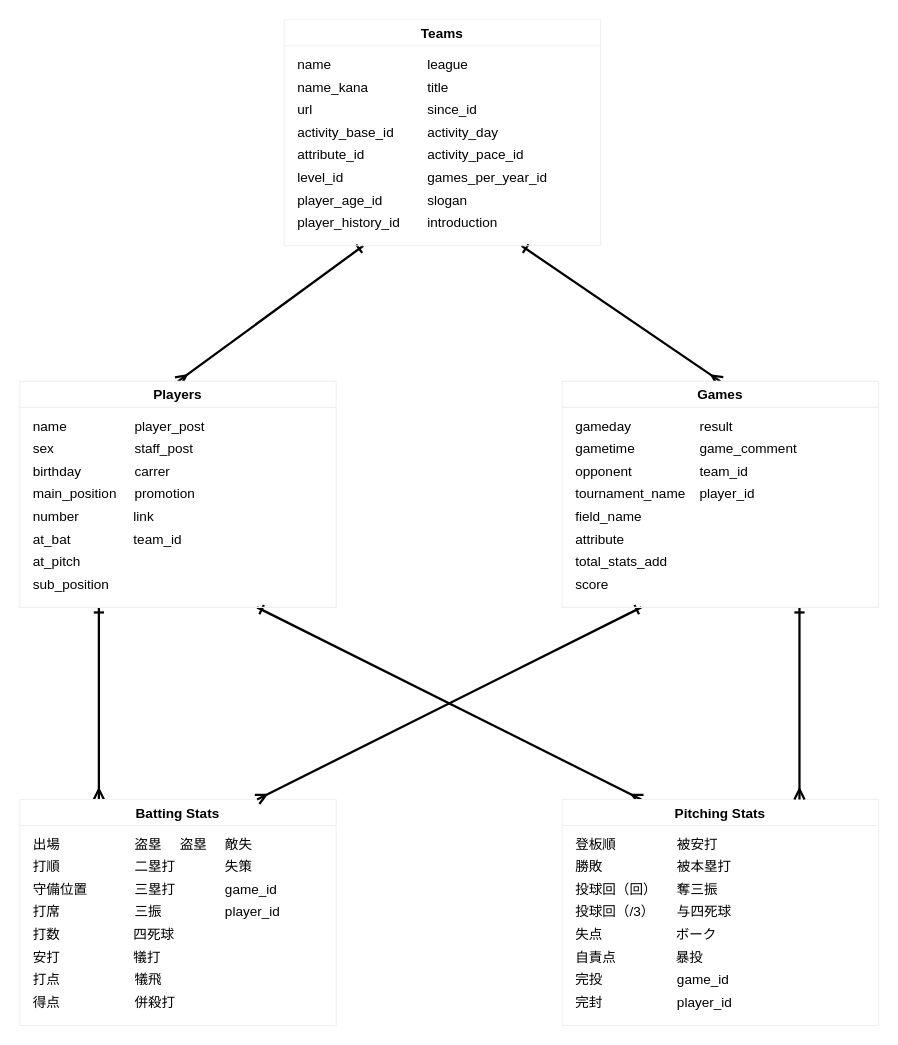
Earlier version of the draw.io diagram er.dio (takahiro-awaji/baseball_players). Source tidied: cells renumbered, new cells numbered last; positions are measured from the earlier drawing's top-left corner, leaving out a move shared by most shapes. Both pictures are drawn from the tidied source at 113%, with x=0, y=0 at pixel (19, 19).
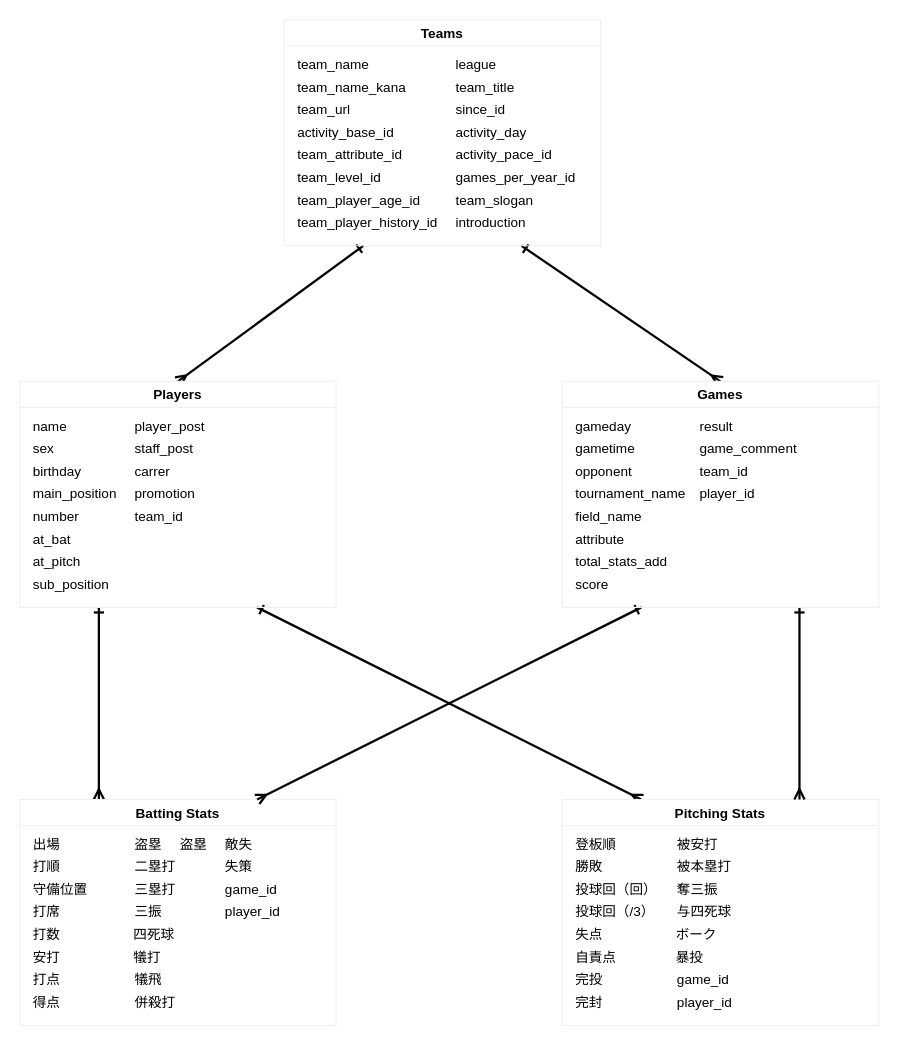
Above is the later version.

Commit message:
ER図一部修正（選手カラム名変更）

The change refers to these unchanged cells:
```xml
<mxCell id="4" value="Teams" style="swimlane;labelBackgroundColor=none;strokeColor=#f0f0f0;align=center;" parent="1" vertex="1">
  <mxGeometry x="234" width="280" height="200" as="geometry" />
</mxCell>
<mxCell id="23" value="Players" style="swimlane;labelBackgroundColor=none;strokeColor=#f0f0f0;align=center;" parent="1" vertex="1">
  <mxGeometry y="320" width="280" height="200" as="geometry" />
</mxCell>
```

Change to the diagram source:
```diff
@@
-    <mxCell id="5" value="name" style="text;html=1;align=left;verticalAlign=middle;" parent="4" vertex="1">
-      <mxGeometry x="10" y="30" width="50" height="20" as="geometry" />
+    <mxCell id="5" value="team_name" style="text;html=1;align=left;verticalAlign=middle;" parent="4" vertex="1">
+      <mxGeometry x="10" y="30" width="80" height="20" as="geometry" />
     </mxCell>
-    <mxCell id="6" value="name_kana" style="text;html=1;align=left;verticalAlign=middle;" parent="4" vertex="1">
-      <mxGeometry x="10" y="50" width="80" height="20" as="geometry" />
+    <mxCell id="6" value="team_name_kana" style="text;html=1;align=left;verticalAlign=middle;" parent="4" vertex="1">
+      <mxGeometry x="10" y="50" width="110" height="20" as="geometry" />
     </mxCell>
-    <mxCell id="7" value="url" style="text;html=1;align=left;verticalAlign=middle;" parent="4" vertex="1">
-      <mxGeometry x="10" y="70" width="30" height="20" as="geometry" />
+    <mxCell id="7" value="team_url" style="text;html=1;align=left;verticalAlign=middle;" parent="4" vertex="1">
+      <mxGeometry x="10" y="70" width="60" height="20" as="geometry" />
     </mxCell>
-    <mxCell id="8" value="level_id" style="text;html=1;align=left;verticalAlign=middle;" parent="4" vertex="1">
-      <mxGeometry x="10" y="130" width="60" height="20" as="geometry" />
+    <mxCell id="8" value="team_level_id" style="text;html=1;align=left;verticalAlign=middle;" parent="4" vertex="1">
+      <mxGeometry x="10" y="130" width="90" height="20" as="geometry" />
     </mxCell>
-    <mxCell id="9" value="player_history_id" style="text;html=1;align=left;verticalAlign=middle;" parent="4" vertex="1">
-      <mxGeometry x="10" y="170" width="110" height="20" as="geometry" />
+    <mxCell id="9" value="team_player_history_id" style="text;html=1;align=left;verticalAlign=middle;" parent="4" vertex="1">
+      <mxGeometry x="10" y="170" width="140" height="20" as="geometry" />
     </mxCell>
-    <mxCell id="10" value="player_age_id" style="text;html=1;align=left;verticalAlign=middle;" parent="4" vertex="1">
-      <mxGeometry x="10" y="150" width="90" height="20" as="geometry" />
+    <mxCell id="10" value="team_player_age_id" style="text;html=1;align=left;verticalAlign=middle;" parent="4" vertex="1">
+      <mxGeometry x="10" y="150" width="120" height="20" as="geometry" />
     </mxCell>
-    <mxCell id="11" value="title" style="text;html=1;align=left;verticalAlign=middle;" parent="4" vertex="1">
-      <mxGeometry x="125" y="50" width="30" height="20" as="geometry" />
+    <mxCell id="11" value="team_title" style="text;html=1;align=left;verticalAlign=middle;" parent="4" vertex="1">
+      <mxGeometry x="150" y="50" width="70" height="20" as="geometry" />
     </mxCell>
     <mxCell id="12" value="league" style="text;html=1;align=left;verticalAlign=middle;" parent="4" vertex="1">
-      <mxGeometry x="125" y="30" width="50" height="20" as="geometry" />
+      <mxGeometry x="150" y="30" width="50" height="20" as="geometry" />
     </mxCell>
     <mxCell id="13" value="activity_day" style="text;html=1;align=left;verticalAlign=middle;" parent="4" vertex="1">
-      <mxGeometry x="125" y="90" width="80" height="20" as="geometry" />
+      <mxGeometry x="150" y="90" width="80" height="20" as="geometry" />
     </mxCell>
     <mxCell id="14" value="since_id" style="text;html=1;align=left;verticalAlign=middle;" parent="4" vertex="1">
-      <mxGeometry x="125" y="70" width="60" height="20" as="geometry" />
+      <mxGeometry x="150" y="70" width="60" height="20" as="geometry" />
     </mxCell>
     <mxCell id="15" value="activity_pace_id" style="text;html=1;align=left;verticalAlign=middle;" parent="4" vertex="1">
-      <mxGeometry x="125" y="110" width="100" height="20" as="geometry" />
+      <mxGeometry x="150" y="110" width="100" height="20" as="geometry" />
     </mxCell>
-    <mxCell id="16" value="attribute_id" style="text;html=1;align=left;verticalAlign=middle;" parent="4" vertex="1">
-      <mxGeometry x="10" y="110" width="70" height="20" as="geometry" />
+    <mxCell id="16" value="team_attribute_id" style="text;html=1;align=left;verticalAlign=middle;" parent="4" vertex="1">
+      <mxGeometry x="10" y="110" width="110" height="20" as="geometry" />
     </mxCell>
@@
     <mxCell id="18" value="introduction" style="text;html=1;align=left;verticalAlign=middle;" parent="4" vertex="1">
-      <mxGeometry x="125" y="170" width="80" height="20" as="geometry" />
+      <mxGeometry x="150" y="170" width="80" height="20" as="geometry" />
     </mxCell>
-    <mxCell id="19" value="slogan" style="text;html=1;align=left;verticalAlign=middle;" parent="4" vertex="1">
-      <mxGeometry x="125" y="150" width="50" height="20" as="geometry" />
+    <mxCell id="19" value="team_slogan" style="text;html=1;align=left;verticalAlign=middle;" parent="4" vertex="1">
+      <mxGeometry x="150" y="150" width="80" height="20" as="geometry" />
     </mxCell>
     <mxCell id="20" value="games_per_year_id" style="text;html=1;align=left;verticalAlign=middle;" parent="4" vertex="1">
-      <mxGeometry x="125" y="130" width="120" height="20" as="geometry" />
+      <mxGeometry x="150" y="130" width="120" height="20" as="geometry" />
     </mxCell>
@@
-    <mxCell id="34" value="link" style="text;html=1;align=left;verticalAlign=middle;" parent="23" vertex="1">
-      <mxGeometry x="99" y="110" width="30" height="20" as="geometry" />
-    </mxCell>
@@
     <mxCell id="37" value="team_id" style="text;html=1;align=left;verticalAlign=middle;" parent="23" vertex="1">
-      <mxGeometry x="99" y="130" width="60" height="20" as="geometry" />
+      <mxGeometry x="100" y="110" width="60" height="20" as="geometry" />
     </mxCell>
```
